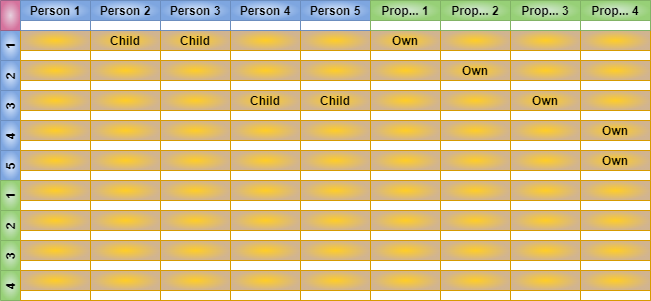
Earlier version of the draw.io export packages/graphs/images/Graph-Adjacency-Matrix.drawio.png (freemansoft/fs-dart-tools). Source tidied: cells renumbered, new cells last; positions are measured from the earlier drawing's top-left corner, leaving out a move shared by most shapes.
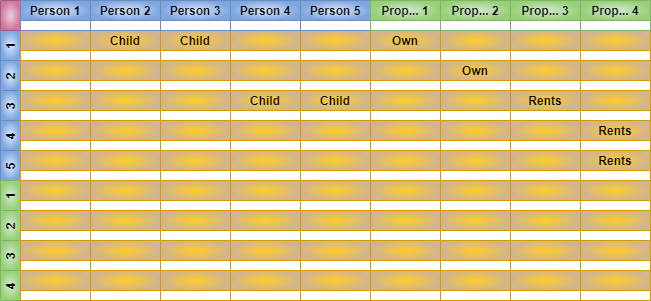
Above is the later version.

Change to the diagram source:
```diff
@@ -116,7 +116,7 @@
     <mxCell id="39" style="swimlane;startSize=20;fillColor=#ffcd28;strokeColor=#d79b00;gradientDirection=radial;gradientColor=#D1B490;" parent="32" vertex="1">
       <mxGeometry x="440" width="70" height="30" as="geometry" />
     </mxCell>
-    <mxCell id="40" value="Own" style="swimlane;startSize=20;fillColor=#ffcd28;strokeColor=#d79b00;gradientDirection=radial;gradientColor=#D1B490;" parent="32" vertex="1">
+    <mxCell id="40" value="Rents" style="swimlane;startSize=20;fillColor=#ffcd28;strokeColor=#d79b00;gradientDirection=radial;gradientColor=#D1B490;" parent="32" vertex="1">
       <mxGeometry x="510" width="70" height="30" as="geometry" />
     </mxCell>
     <mxCell id="41" style="swimlane;startSize=20;fillColor=#ffcd28;strokeColor=#d79b00;gradientDirection=radial;gradientColor=#D1B490;" parent="32" vertex="1">
@@ -149,7 +149,7 @@
     <mxCell id="50" style="swimlane;startSize=20;fillColor=#ffcd28;strokeColor=#d79b00;gradientDirection=radial;gradientColor=#D1B490;" parent="42" vertex="1">
       <mxGeometry x="510" width="70" height="30" as="geometry" />
     </mxCell>
-    <mxCell id="51" value="Own" style="swimlane;startSize=20;fillColor=#ffcd28;strokeColor=#d79b00;gradientDirection=radial;gradientColor=#D1B490;" parent="42" vertex="1">
+    <mxCell id="51" value="Rents" style="swimlane;startSize=20;fillColor=#ffcd28;strokeColor=#d79b00;gradientDirection=radial;gradientColor=#D1B490;" parent="42" vertex="1">
       <mxGeometry x="580" width="70" height="30" as="geometry" />
     </mxCell>
     <mxCell id="52" value="5" style="swimlane;startSize=20;horizontal=0;fillColor=#dae8fc;gradientColor=#7ea6e0;strokeColor=#6c8ebf;gradientDirection=radial;" parent="1" vertex="1">
@@ -179,7 +179,7 @@
     <mxCell id="60" style="swimlane;startSize=20;fillColor=#ffcd28;strokeColor=#d79b00;gradientDirection=radial;gradientColor=#D1B490;" parent="52" vertex="1">
       <mxGeometry x="510" width="70" height="30" as="geometry" />
     </mxCell>
-    <mxCell id="61" value="Own" style="swimlane;startSize=20;fillColor=#ffcd28;strokeColor=#d79b00;gradientDirection=radial;gradientColor=#D1B490;" parent="52" vertex="1">
+    <mxCell id="61" value="Rents" style="swimlane;startSize=20;fillColor=#ffcd28;strokeColor=#d79b00;gradientDirection=radial;gradientColor=#D1B490;" parent="52" vertex="1">
       <mxGeometry x="580" width="70" height="30" as="geometry" />
     </mxCell>
     <mxCell id="62" value="1" style="swimlane;startSize=20;horizontal=0;fillColor=#d5e8d4;gradientColor=#97d077;strokeColor=#82b366;gradientDirection=radial;" parent="1" vertex="1">
```
